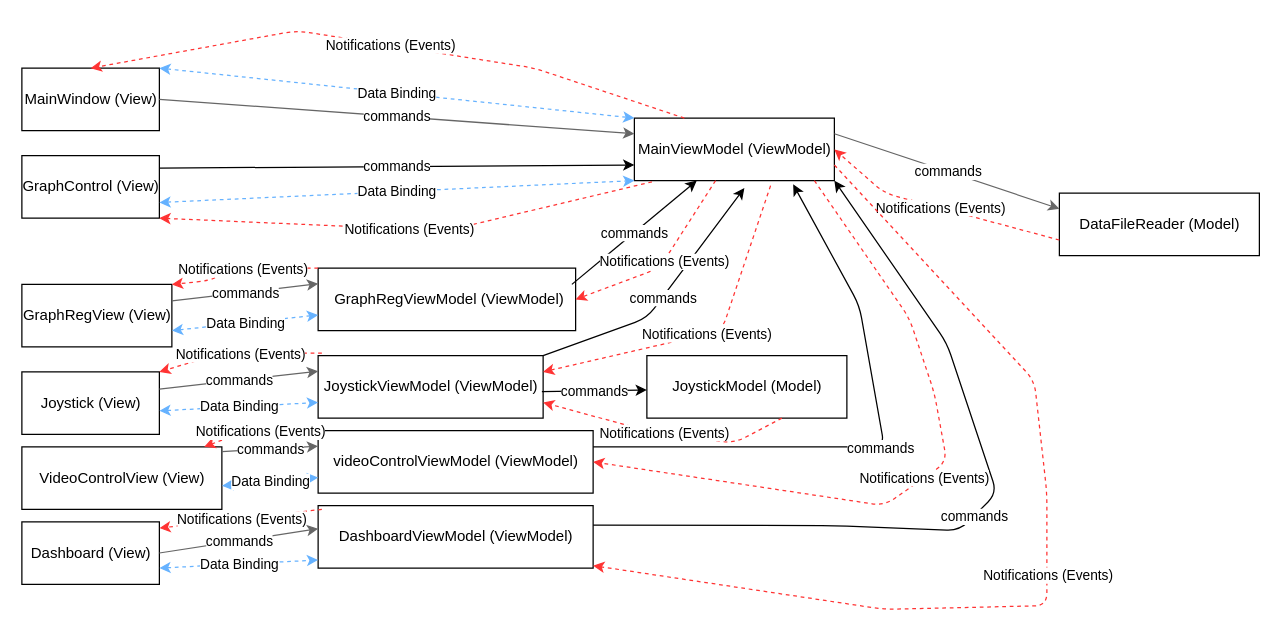
This is UML/UML.drawio from DanielKnafel/Advanced-Programming-2, a draw.io file, before an edit. Source tidied: cells renumbered, new cells numbered last; positions are measured from the earlier drawing's top-left corner, leaving out a move shared by most shapes. Both pictures are drawn from the tidied source at 125%, with x=0, y=0 at pixel (21, 30).
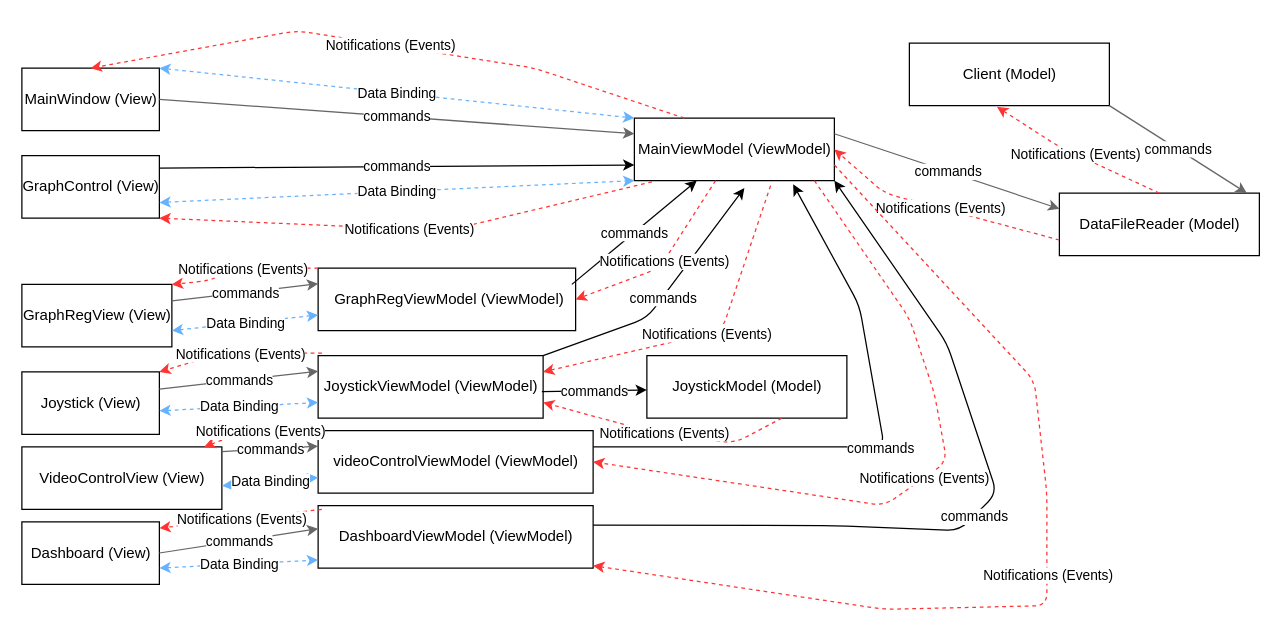
Above is the later version.

What changed in the source:
```diff
@@
+    <mxCell id="75" value="Client (Model)" style="html=1;" parent="1" vertex="1">
+      <mxGeometry x="710" y="10" width="160" height="50" as="geometry" />
+    </mxCell>
+    <mxCell id="76" style="endArrow=classic;html=1;entryX=0;entryY=0.25;entryDx=0;entryDy=0;fillColor=#f5f5f5;strokeColor=#666666;exitX=1;exitY=1;exitDx=0;exitDy=0;" parent="1" edge="1" source="75">
+      <mxGeometry relative="1" as="geometry">
+        <mxPoint x="980" y="130" as="targetPoint" />
+      </mxGeometry>
+    </mxCell>
+    <mxCell id="77" value="commands" style="edgeLabel;html=1;align=center;verticalAlign=middle;" parent="76" vertex="1">
+      <mxGeometry relative="1" as="geometry" />
+    </mxCell>
+    <mxCell id="78" style="endArrow=classic;html=1;entryX=0.438;entryY=1.02;entryDx=0;entryDy=0;fillColor=#f5f5f5;dashed=1;strokeColor=#FF3333;exitX=0;exitY=0.75;exitDx=0;exitDy=0;entryPerimeter=0;" parent="1" edge="1" target="75">
+      <mxGeometry relative="1" as="geometry">
+        <mxPoint x="910" y="130" as="sourcePoint" />
+        <Array as="points">
+          <mxPoint x="830" y="93" />
+        </Array>
+      </mxGeometry>
+    </mxCell>
+    <mxCell id="79" value="Notifications (Events)" style="edgeLabel;html=1;align=center;verticalAlign=middle;" parent="78" vertex="1">
+      <mxGeometry relative="1" as="geometry" />
+    </mxCell>
```
